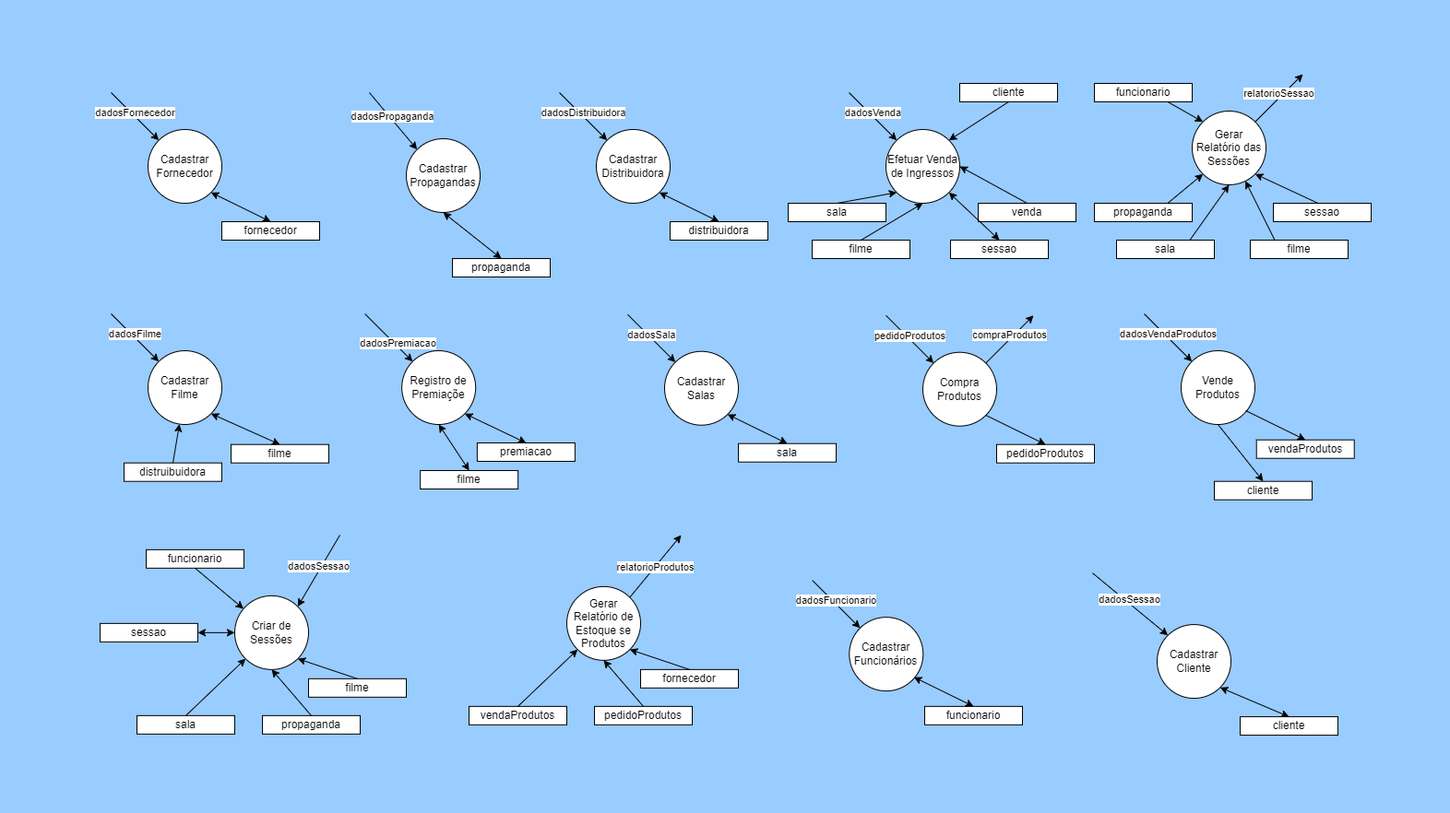
Earlier version of the draw.io export Modelagem de Software/Gestão de Cinema/DER/ModeloComportamental.drawio.png (Pe-Santana/5Periodo). Source tidied: cells renumbered, new cells last; positions are measured from the earlier drawing's top-left corner, leaving out a move shared by most shapes.
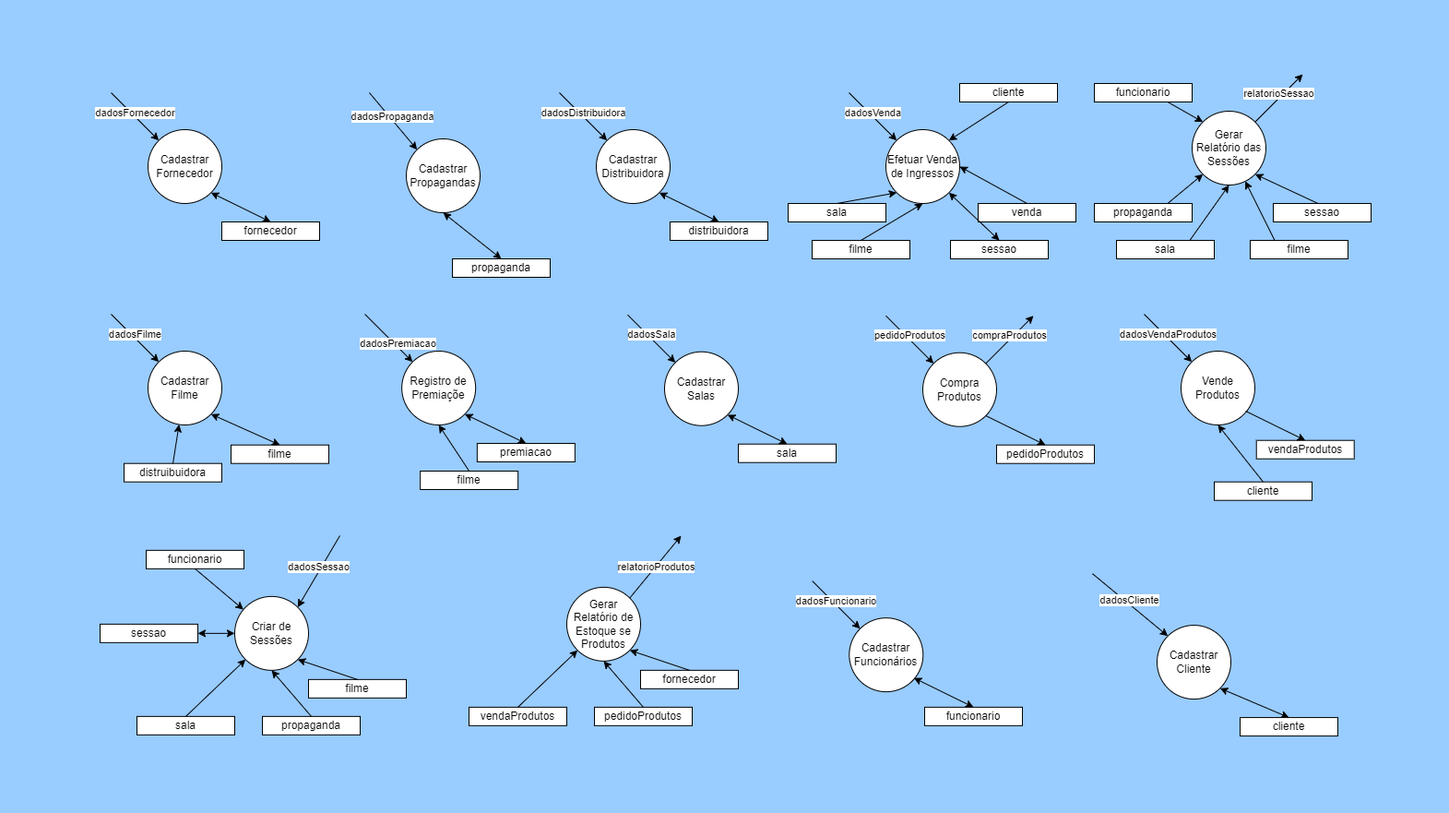
Later version of the same file.

Change to the diagram source:
```diff
@@ -61,7 +61,7 @@
     <mxCell id="17" value="filme" style="rounded=0;whiteSpace=wrap;html=1;" parent="1" vertex="1">
       <mxGeometry x="455.2" y="510" width="106" height="20" as="geometry" />
     </mxCell>
-    <mxCell id="18" style="endArrow=classic;startArrow=classic;html=1;rounded=0;entryX=0.5;entryY=0;entryDx=0;entryDy=0;exitX=0.5;exitY=1;exitDx=0;exitDy=0;" parent="1" edge="1" source="13" target="17">
+    <mxCell id="18" style="endArrow=none;startArrow=classic;html=1;rounded=0;entryX=0.5;entryY=0;entryDx=0;entryDy=0;exitX=0.5;exitY=1;exitDx=0;exitDy=0;endFill=0;" parent="1" edge="1" source="13" target="17">
       <mxGeometry relative="1" as="geometry" />
     </mxCell>
     <mxCell id="19" value="Cadastrar Funcionários" style="ellipse;whiteSpace=wrap;html=1;" parent="1" vertex="1">
@@ -272,7 +272,7 @@
     <mxCell id="73" style="endArrow=classic;startArrow=none;html=1;rounded=0;entryX=0.5;entryY=0;entryDx=0;entryDy=0;exitX=1;exitY=1;exitDx=0;exitDy=0;startFill=0;" parent="1" edge="1" source="67" target="72">
       <mxGeometry relative="1" as="geometry" />
     </mxCell>
-    <mxCell id="74" style="edgeStyle=none;rounded=0;jettySize=auto;html=1;exitX=0.5;exitY=1;exitDx=0;exitDy=0;entryX=0.5;entryY=0;entryDx=0;entryDy=0;startArrow=none;startFill=0;endArrow=classic;endFill=1;" parent="1" edge="1" source="75" target="113">
+    <mxCell id="74" style="edgeStyle=none;rounded=0;jettySize=auto;html=1;exitX=0.5;exitY=1;exitDx=0;exitDy=0;entryX=0.5;entryY=0;entryDx=0;entryDy=0;startArrow=classic;startFill=1;endArrow=none;endFill=0;" parent="1" edge="1" source="75" target="113">
       <mxGeometry relative="1" as="geometry" />
     </mxCell>
     <mxCell id="75" value="Vende Produtos" style="ellipse;whiteSpace=wrap;html=1;" parent="1" vertex="1">
@@ -385,7 +385,7 @@
         <mxPoint x="1184" y="621.2" as="sourcePoint" />
       </mxGeometry>
     </mxCell>
-    <mxCell id="108" value="dadosSessao" style="edgeLabel;html=1;align=center;verticalAlign=middle;" parent="107" vertex="1">
+    <mxCell id="108" value="dadosCliente" style="edgeLabel;html=1;align=center;verticalAlign=middle;" parent="107" vertex="1">
       <mxGeometry relative="1" as="geometry">
         <mxPoint x="-1" y="-5" as="offset" />
       </mxGeometry>
```
